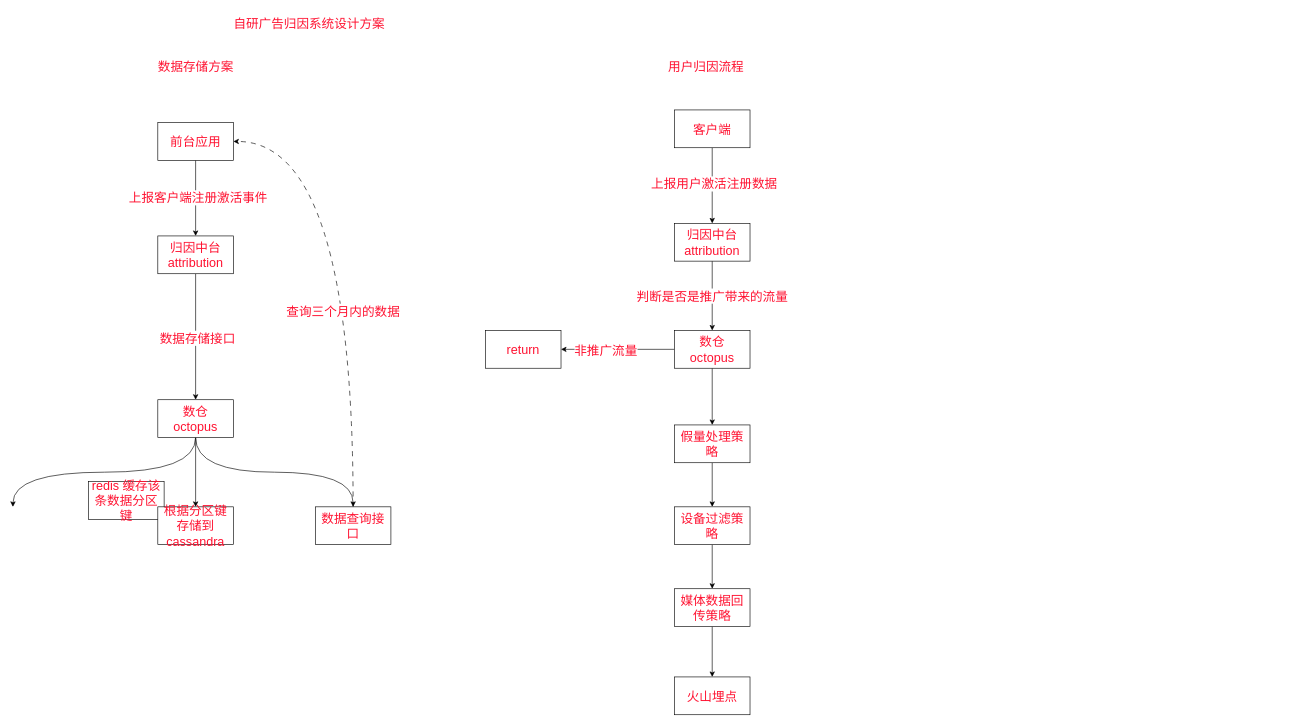
The draw.io diagram 业务设计方案/广告归因系统.drawio in liangliangoo/drawio, before the edit. Source tidied: cells renumbered, new cells numbered last; positions are measured from the earlier drawing's top-left corner, leaving out a move shared by most shapes. Both pictures are drawn from the tidied source at 63%, with x=0, y=0 at pixel (13, 11).
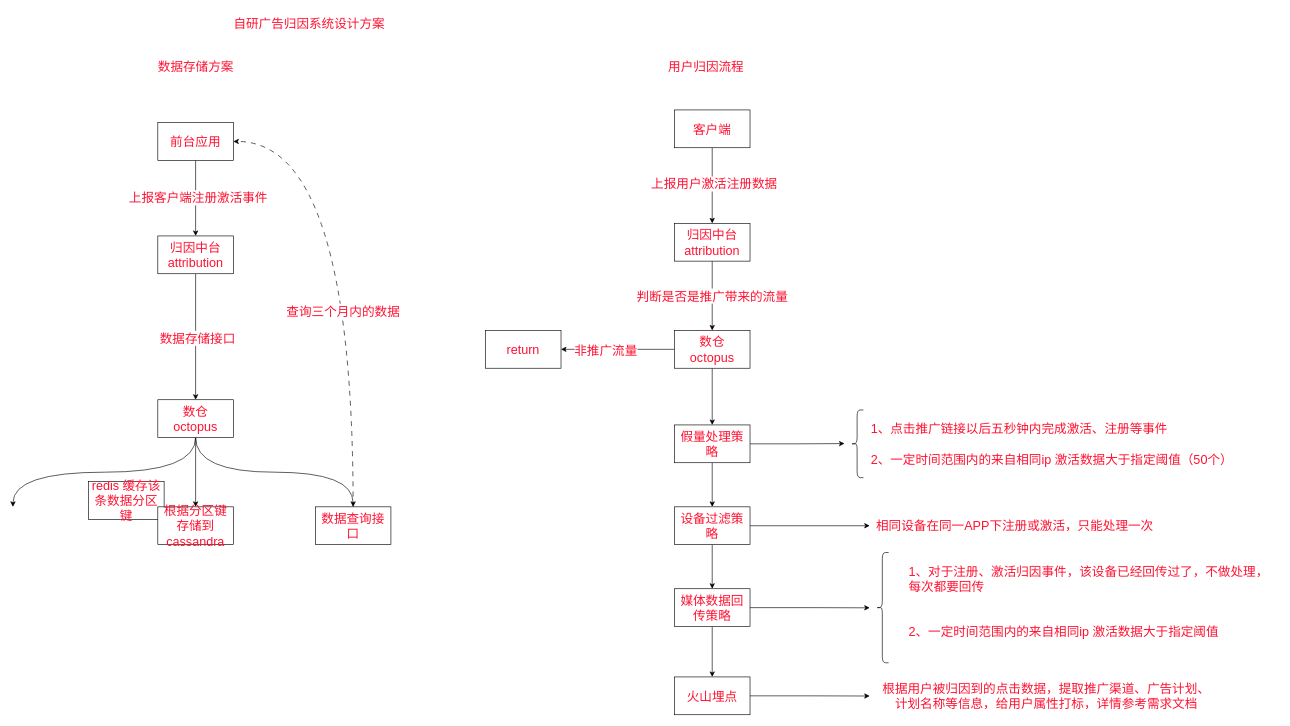
The same page after the edit.

Unchanged cells that the change refers to:
```xml
<mxCell id="33" value="设备过滤策略" style="rounded=0;whiteSpace=wrap;html=1;strokeColor=default;fontFamily=Helvetica;fontSize=20;fontColor=#FF1231;fillColor=default;" parent="1" vertex="1">
  <mxGeometry x="1050" y="787" width="120" height="60" as="geometry" />
</mxCell>
<mxCell id="35" value="媒体数据回传策略" style="rounded=0;whiteSpace=wrap;html=1;strokeColor=default;fontFamily=Helvetica;fontSize=20;fontColor=#FF1231;fillColor=default;" parent="1" vertex="1">
  <mxGeometry x="1050" y="917" width="120" height="60" as="geometry" />
</mxCell>
<mxCell id="36" value="火山埋点" style="rounded=0;whiteSpace=wrap;html=1;strokeColor=default;fontFamily=Helvetica;fontSize=20;fontColor=#FF1231;fillColor=default;" parent="1" vertex="1">
  <mxGeometry x="1050" y="1057" width="120" height="60" as="geometry" />
</mxCell>
```

What changed in the source:
```diff
@@
+    <mxCell id="37" style="edgeStyle=orthogonalEdgeStyle;rounded=0;jettySize=auto;html=1;exitX=1;exitY=0.5;exitDx=0;exitDy=0;fontFamily=Helvetica;fontSize=20;fontColor=#FF1231;" parent="1" edge="1" source="31">
+      <mxGeometry relative="1" as="geometry">
+        <mxPoint x="1320" y="686.6" as="targetPoint" />
+      </mxGeometry>
+    </mxCell>
-    <mxCell id="31" value="假量处理策略" style="rounded=0;whiteSpace=wrap;html=1;strokeColor=default;fontFamily=Helvetica;fontSize=20;fontColor=#FF1231;fillColor=default;" parent="1" vertex="1">
+    <mxCell id="31" value="假量处理策略&lt;br&gt;" style="rounded=0;whiteSpace=wrap;html=1;strokeColor=default;fontFamily=Helvetica;fontSize=20;fontColor=#FF1231;fillColor=default;" parent="1" vertex="1">
       <mxGeometry x="1050" y="657" width="120" height="60" as="geometry" />
     </mxCell>
@@
+    <mxCell id="38" style="edgeStyle=orthogonalEdgeStyle;rounded=0;jettySize=auto;html=1;exitX=1;exitY=0.5;exitDx=0;exitDy=0;fontFamily=Helvetica;fontSize=20;fontColor=#FF1231;" parent="1" edge="1" source="33" target="43">
+      <mxGeometry relative="1" as="geometry" />
+    </mxCell>
@@
+    <mxCell id="39" style="edgeStyle=orthogonalEdgeStyle;rounded=0;jettySize=auto;html=1;exitX=1;exitY=0.5;exitDx=0;exitDy=0;fontFamily=Helvetica;fontSize=20;fontColor=#FF1231;" parent="1" edge="1" source="35">
+      <mxGeometry relative="1" as="geometry">
+        <mxPoint x="1360" y="947.3" as="targetPoint" />
+      </mxGeometry>
+    </mxCell>
@@
+    <mxCell id="40" style="edgeStyle=orthogonalEdgeStyle;rounded=0;jettySize=auto;html=1;exitX=1;exitY=0.5;exitDx=0;exitDy=0;fontFamily=Helvetica;fontSize=20;fontColor=#FF1231;" parent="1" edge="1" source="36">
+      <mxGeometry relative="1" as="geometry">
+        <mxPoint x="1360" y="1087.3" as="targetPoint" />
+      </mxGeometry>
+    </mxCell>
@@
+    <mxCell id="41" style="shape=curlyBracket;whiteSpace=wrap;html=1;rounded=1;labelPosition=left;verticalLabelPosition=middle;align=right;verticalAlign=middle;strokeColor=default;fontFamily=Helvetica;fontSize=20;fontColor=#FF1231;fillColor=default;size=0.5;" parent="1" vertex="1">
+      <mxGeometry x="1330" y="633.2" width="20" height="107.5" as="geometry" />
+    </mxCell>
+    <mxCell id="42" value="1、点击推广链接以后五秒钟内完成激活、注册等事件&lt;br&gt;&lt;br&gt;2、一定时间范围内的来自相同ip 激活数据大于指定阈值（50个）" style="text;html=1;align=left;verticalAlign=middle;strokeColor=none;fillColor=none;fontSize=20;fontFamily=Helvetica;fontColor=#FF1231;" parent="1" vertex="1">
+      <mxGeometry x="1360" y="642" width="600" height="90" as="geometry" />
+    </mxCell>
+    <mxCell id="43" value="相同设备在同一APP下注册或激活，只能处理一次" style="text;html=1;align=center;verticalAlign=middle;points=[];strokeColor=none;fillColor=none;fontSize=20;fontFamily=Helvetica;fontColor=#FF1231;" parent="1" vertex="1">
+      <mxGeometry x="1360" y="797" width="460" height="40" as="geometry" />
+    </mxCell>
+    <mxCell id="44" style="shape=curlyBracket;whiteSpace=wrap;html=1;rounded=1;labelPosition=left;verticalLabelPosition=middle;align=right;verticalAlign=middle;strokeColor=default;fontFamily=Helvetica;fontSize=20;fontColor=#FF1231;fillColor=default;" parent="1" vertex="1">
+      <mxGeometry x="1370" y="859.5" width="20" height="175" as="geometry" />
+    </mxCell>
+    <mxCell id="45" value="1、对于注册、激活归因事件，该设备已经回传过了，不做处理，&lt;br&gt;每次都要回传&lt;br&gt;&lt;br&gt;&lt;br&gt;2、一定时间范围内的来自相同ip 激活数据大于指定阈值" style="text;html=1;align=left;verticalAlign=middle;strokeColor=none;fillColor=none;fontSize=20;fontFamily=Helvetica;fontColor=#FF1231;" parent="1" vertex="1">
+      <mxGeometry x="1420" y="872" width="590" height="130" as="geometry" />
+    </mxCell>
+    <mxCell id="46" value="根据用户被归因到的点击数据，提取推广渠道、广告计划、&lt;br&gt;计划名称等信息，给用户属性打标，详情参考需求文档" style="text;html=1;align=center;verticalAlign=middle;strokeColor=none;fillColor=none;fontSize=20;fontFamily=Helvetica;fontColor=#FF1231;" parent="1" vertex="1">
+      <mxGeometry x="1370" y="1057" width="540" height="60" as="geometry" />
+    </mxCell>
```
